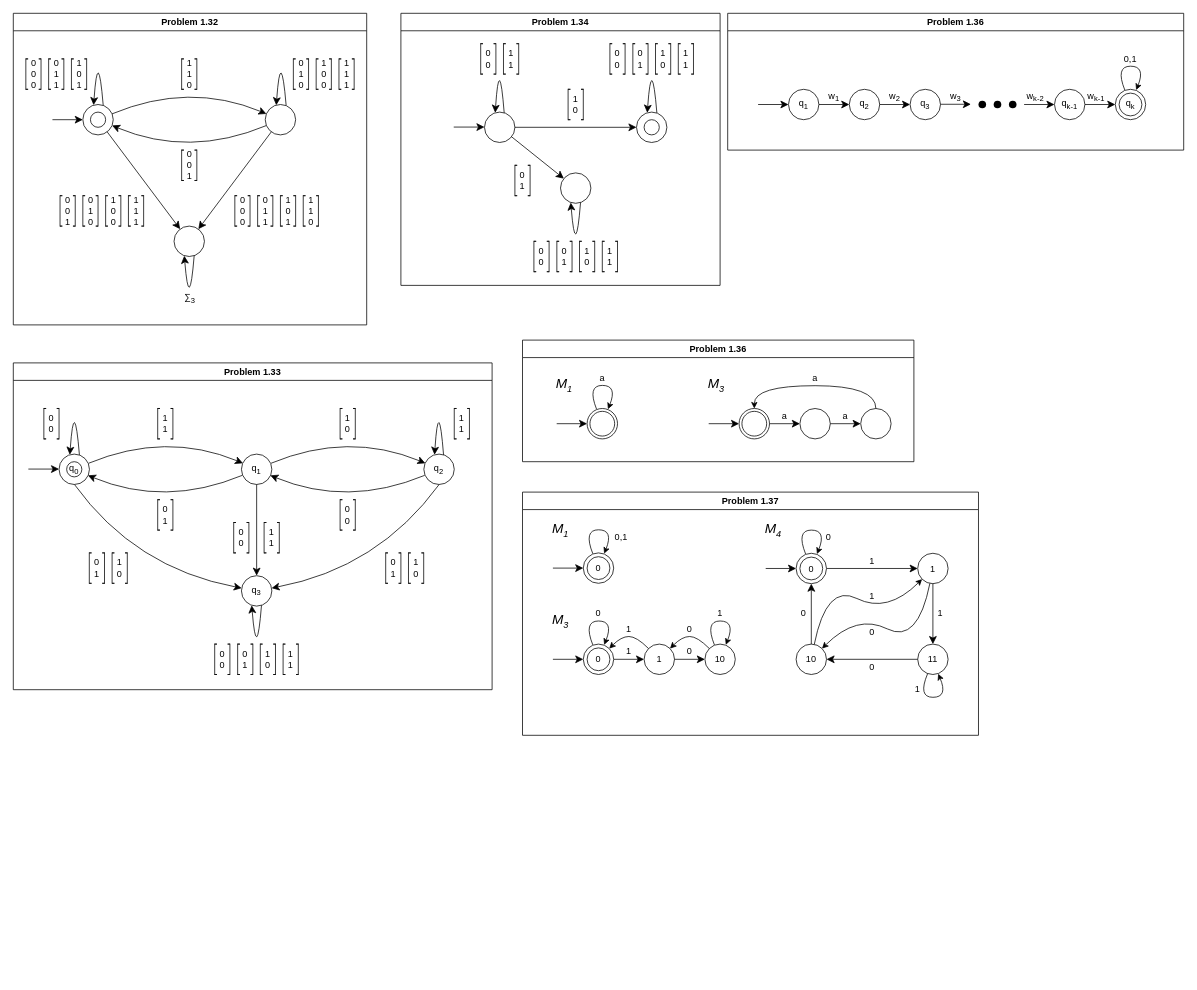
Earlier version of the draw.io diagram page "P1.xx" (2 of 8) of Introduction.to.the.Theory.of.Computation.3e/Figures/Firgures.drawio (mehshan/tcs). Source tidied: cells renumbered, new cells numbered last; positions are measured from the earlier drawing's top-left corner, leaving out a move shared by most shapes. Both pictures are drawn from the tidied source at 76%, with x=0, y=0 at pixel (13, 13).
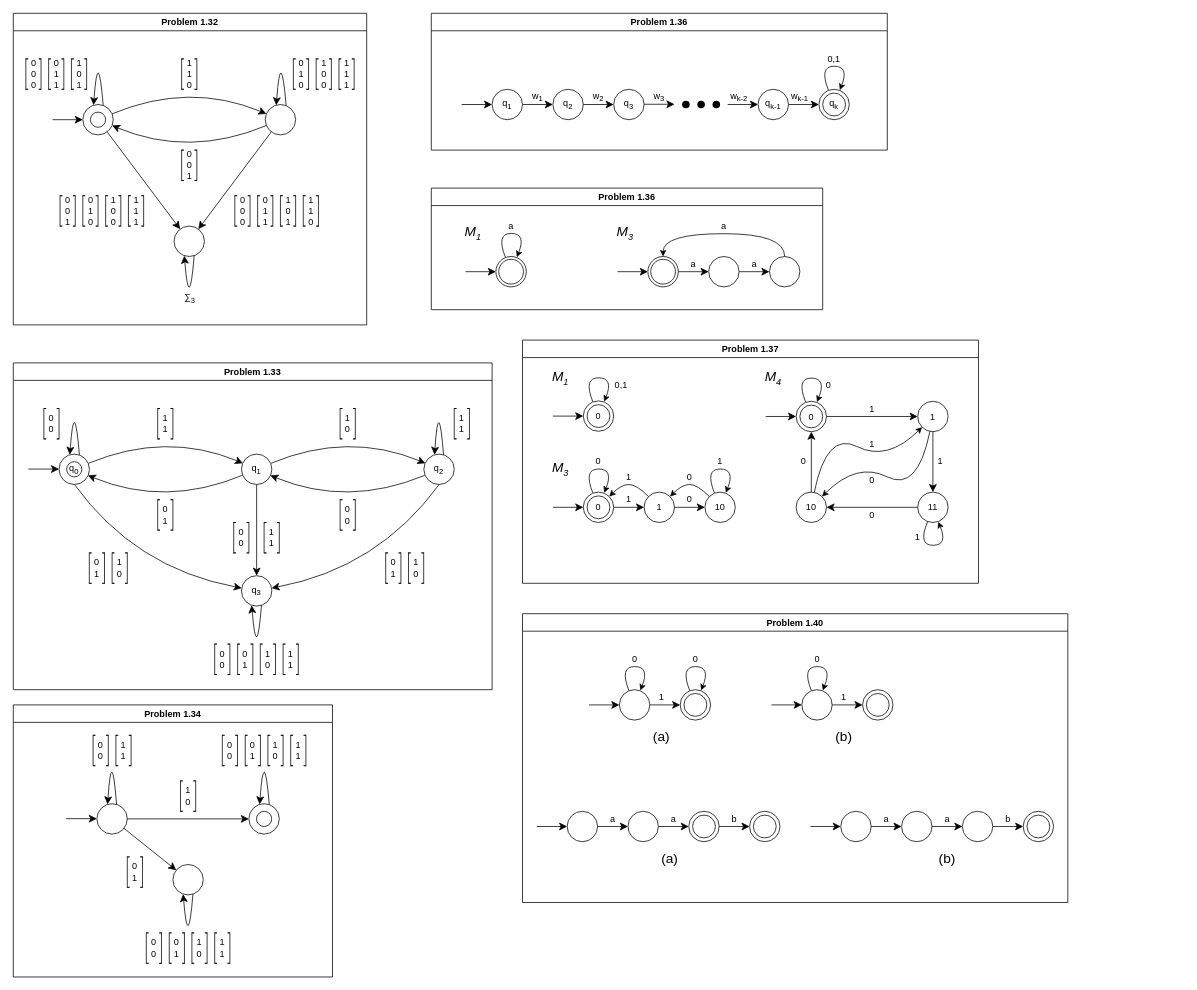
After the change.

The edit, as a diff of the source:
```diff
@@
     <mxCell id="229" value="Problem 1.34" style="swimlane;" parent="1" vertex="1">
-      <mxGeometry x="510" width="420" height="358" as="geometry" />
+      <mxGeometry y="910" width="420" height="358" as="geometry" />
     </mxCell>
@@
     <mxCell id="318" value="Problem 1.36" style="swimlane;" parent="1" vertex="1">
-      <mxGeometry x="670" y="430" width="515" height="160" as="geometry" />
+      <mxGeometry x="550" y="230" width="515" height="160" as="geometry" />
     </mxCell>
@@
     <mxCell id="335" value="Problem 1.37" style="swimlane;" parent="1" vertex="1">
-      <mxGeometry x="670" y="630" width="600" height="320" as="geometry" />
+      <mxGeometry x="670" y="430" width="600" height="320" as="geometry" />
     </mxCell>
@@
     <mxCell id="385" value="Problem 1.36" style="swimlane;" parent="1" vertex="1">
-      <mxGeometry x="940" width="600" height="180" as="geometry" />
+      <mxGeometry x="550" width="600" height="180" as="geometry" />
     </mxCell>
@@
+    <mxCell id="409" value="Problem 1.40" style="swimlane;" parent="1" vertex="1">
+      <mxGeometry x="670" y="790" width="717.5" height="380" as="geometry" />
+    </mxCell>
+    <mxCell id="410" style="group;" parent="409" vertex="1">
+      <mxGeometry x="207.5" y="100" width="40" height="40" as="geometry" />
+    </mxCell>
+    <mxCell id="411" style="ellipse;whiteSpace=wrap;html=1;" parent="410" vertex="1">
+      <mxGeometry width="40" height="40" as="geometry" />
+    </mxCell>
+    <mxCell id="412" style="ellipse;whiteSpace=wrap;html=1;" parent="410" vertex="1">
+      <mxGeometry x="5" y="5" width="30" height="30" as="geometry" />
+    </mxCell>
+    <mxCell id="413" style="endArrow=classic;html=1;rounded=0;strokeWidth=1;endSize=8;" parent="409" edge="1" target="411">
+      <mxGeometry relative="1" as="geometry">
+        <mxPoint x="167.5" y="120" as="sourcePoint" />
+      </mxGeometry>
+    </mxCell>
+    <mxCell id="414" value="1" style="text;html=1;align=center;verticalAlign=middle;whiteSpace=wrap;rounded=0;" parent="409" vertex="1">
+      <mxGeometry x="167.5" y="100" width="30" height="20" as="geometry" />
+    </mxCell>
+    <mxCell id="415" style="curved=1;endArrow=classic;html=1;rounded=0;" parent="409" edge="1">
+      <mxGeometry relative="1" as="geometry">
+        <mxPoint x="220" y="101" as="sourcePoint" />
+        <mxPoint x="235" y="101" as="targetPoint" />
+        <Array as="points">
+          <mxPoint x="207.5" y="69.6" />
+          <mxPoint x="247.5" y="69.6" />
+        </Array>
+      </mxGeometry>
+    </mxCell>
+    <mxCell id="416" value="0" style="text;html=1;align=center;verticalAlign=middle;whiteSpace=wrap;rounded=0;" parent="409" vertex="1">
+      <mxGeometry x="217.5" y="50" width="20" height="20" as="geometry" />
+    </mxCell>
+    <mxCell id="417" style="ellipse;whiteSpace=wrap;html=1;" parent="409" vertex="1">
+      <mxGeometry x="127.5" y="100" width="40" height="40" as="geometry" />
+    </mxCell>
+    <mxCell id="418" style="endArrow=classic;html=1;rounded=0;strokeWidth=1;endSize=8;" parent="409" edge="1">
+      <mxGeometry relative="1" as="geometry">
+        <mxPoint x="87.5" y="120" as="sourcePoint" />
+        <mxPoint x="127.5" y="120" as="targetPoint" />
+      </mxGeometry>
+    </mxCell>
+    <mxCell id="419" style="curved=1;endArrow=classic;html=1;rounded=0;" parent="409" edge="1">
+      <mxGeometry relative="1" as="geometry">
+        <mxPoint x="140" y="101" as="sourcePoint" />
+        <mxPoint x="155" y="101" as="targetPoint" />
+        <Array as="points">
+          <mxPoint x="127.5" y="69.6" />
+          <mxPoint x="167.5" y="69.6" />
+        </Array>
+      </mxGeometry>
+    </mxCell>
+    <mxCell id="420" value="0" style="text;html=1;align=center;verticalAlign=middle;whiteSpace=wrap;rounded=0;" parent="409" vertex="1">
+      <mxGeometry x="137.5" y="50" width="20" height="20" as="geometry" />
+    </mxCell>
+    <mxCell id="421" style="group;" parent="409" vertex="1">
+      <mxGeometry x="447.5" y="100" width="40" height="40" as="geometry" />
+    </mxCell>
+    <mxCell id="422" style="ellipse;whiteSpace=wrap;html=1;" parent="421" vertex="1">
+      <mxGeometry width="40" height="40" as="geometry" />
+    </mxCell>
+    <mxCell id="423" style="ellipse;whiteSpace=wrap;html=1;" parent="421" vertex="1">
+      <mxGeometry x="5" y="5" width="30" height="30" as="geometry" />
+    </mxCell>
+    <mxCell id="424" style="endArrow=classic;html=1;rounded=0;strokeWidth=1;endSize=8;" parent="409" edge="1" target="422">
+      <mxGeometry relative="1" as="geometry">
+        <mxPoint x="407.5" y="120" as="sourcePoint" />
+      </mxGeometry>
+    </mxCell>
+    <mxCell id="425" value="1" style="text;html=1;align=center;verticalAlign=middle;whiteSpace=wrap;rounded=0;" parent="409" vertex="1">
+      <mxGeometry x="407.5" y="100" width="30" height="20" as="geometry" />
+    </mxCell>
+    <mxCell id="426" style="ellipse;whiteSpace=wrap;html=1;" parent="409" vertex="1">
+      <mxGeometry x="367.5" y="100" width="40" height="40" as="geometry" />
+    </mxCell>
+    <mxCell id="427" style="endArrow=classic;html=1;rounded=0;strokeWidth=1;endSize=8;" parent="409" edge="1">
+      <mxGeometry relative="1" as="geometry">
+        <mxPoint x="327.5" y="120" as="sourcePoint" />
+        <mxPoint x="367.5" y="120" as="targetPoint" />
+      </mxGeometry>
+    </mxCell>
+    <mxCell id="428" style="curved=1;endArrow=classic;html=1;rounded=0;" parent="409" edge="1">
+      <mxGeometry relative="1" as="geometry">
+        <mxPoint x="380" y="101" as="sourcePoint" />
+        <mxPoint x="395" y="101" as="targetPoint" />
+        <Array as="points">
+          <mxPoint x="367.5" y="69.6" />
+          <mxPoint x="407.5" y="69.6" />
+        </Array>
+      </mxGeometry>
+    </mxCell>
+    <mxCell id="429" value="0" style="text;html=1;align=center;verticalAlign=middle;whiteSpace=wrap;rounded=0;" parent="409" vertex="1">
+      <mxGeometry x="377.5" y="50" width="20" height="20" as="geometry" />
+    </mxCell>
+    <mxCell id="430" value="&lt;span style=&quot;font-style: normal;&quot;&gt;&lt;font style=&quot;font-size: 18px;&quot;&gt;(a)&lt;/font&gt;&lt;/span&gt;" style="text;align=center;verticalAlign=middle;whiteSpace=wrap;rounded=0;fontSize=24;textShadow=0;html=1;fontStyle=2;" parent="409" vertex="1">
+      <mxGeometry x="172.5" y="150" width="20" height="20" as="geometry" />
+    </mxCell>
+    <mxCell id="431" value="&lt;span style=&quot;font-style: normal;&quot;&gt;&lt;font style=&quot;font-size: 18px;&quot;&gt;(b)&lt;/font&gt;&lt;/span&gt;" style="text;align=center;verticalAlign=middle;whiteSpace=wrap;rounded=0;fontSize=24;textShadow=0;html=1;fontStyle=2;" parent="409" vertex="1">
+      <mxGeometry x="412.5" y="150" width="20" height="20" as="geometry" />
+    </mxCell>
+    <mxCell id="432" style="group;" parent="409" vertex="1">
+      <mxGeometry x="218.8" y="260" width="40" height="40" as="geometry" />
+    </mxCell>
+    <mxCell id="433" style="ellipse;whiteSpace=wrap;html=1;" parent="432" vertex="1">
+      <mxGeometry width="40" height="40" as="geometry" />
+    </mxCell>
+    <mxCell id="434" style="ellipse;whiteSpace=wrap;html=1;" parent="432" vertex="1">
+      <mxGeometry x="5" y="5" width="30" height="30" as="geometry" />
+    </mxCell>
+    <mxCell id="435" style="endArrow=classic;html=1;rounded=0;strokeWidth=1;endSize=8;" parent="409" edge="1" source="442" target="433">
+      <mxGeometry relative="1" as="geometry" />
+    </mxCell>
+    <mxCell id="436" value="a" style="text;html=1;align=center;verticalAlign=middle;whiteSpace=wrap;rounded=0;" parent="409" vertex="1">
+      <mxGeometry x="188.8" y="260" width="20" height="20" as="geometry" />
+    </mxCell>
+    <mxCell id="437" style="ellipse;whiteSpace=wrap;html=1;" parent="409" vertex="1">
+      <mxGeometry x="58.8" y="260" width="40" height="40" as="geometry" />
+    </mxCell>
+    <mxCell id="438" style="endArrow=classic;html=1;rounded=0;strokeWidth=1;endSize=8;" parent="409" edge="1">
+      <mxGeometry relative="1" as="geometry">
+        <mxPoint x="18.8" y="280" as="sourcePoint" />
+        <mxPoint x="58.8" y="280" as="targetPoint" />
+      </mxGeometry>
+    </mxCell>
+    <mxCell id="439" style="group;" parent="409" vertex="1">
+      <mxGeometry x="298.8" y="260" width="40" height="40" as="geometry" />
+    </mxCell>
+    <mxCell id="440" style="ellipse;whiteSpace=wrap;html=1;" parent="439" vertex="1">
+      <mxGeometry width="40" height="40" as="geometry" />
+    </mxCell>
+    <mxCell id="441" style="ellipse;whiteSpace=wrap;html=1;" parent="439" vertex="1">
+      <mxGeometry x="5" y="5" width="30" height="30" as="geometry" />
+    </mxCell>
+    <mxCell id="442" style="ellipse;whiteSpace=wrap;html=1;" parent="409" vertex="1">
+      <mxGeometry x="138.8" y="260" width="40" height="40" as="geometry" />
+    </mxCell>
+    <mxCell id="443" style="endArrow=classic;html=1;rounded=0;strokeWidth=1;endSize=8;" parent="409" edge="1" source="433" target="440">
+      <mxGeometry relative="1" as="geometry" />
+    </mxCell>
+    <mxCell id="444" value="a" style="text;html=1;align=center;verticalAlign=middle;whiteSpace=wrap;rounded=0;" parent="409" vertex="1">
+      <mxGeometry x="108.8" y="260" width="20" height="20" as="geometry" />
+    </mxCell>
+    <mxCell id="445" value="b" style="text;html=1;align=center;verticalAlign=middle;whiteSpace=wrap;rounded=0;" parent="409" vertex="1">
+      <mxGeometry x="268.8" y="260" width="20" height="20" as="geometry" />
+    </mxCell>
+    <mxCell id="446" style="endArrow=classic;html=1;rounded=0;strokeWidth=1;endSize=8;" parent="409" edge="1" source="437" target="442">
+      <mxGeometry relative="1" as="geometry" />
+    </mxCell>
+    <mxCell id="447" style="endArrow=classic;html=1;rounded=0;strokeWidth=1;endSize=8;" parent="409" edge="1" source="454">
+      <mxGeometry relative="1" as="geometry">
+        <mxPoint x="578.8" y="280" as="targetPoint" />
+      </mxGeometry>
+    </mxCell>
+    <mxCell id="448" value="a" style="text;html=1;align=center;verticalAlign=middle;whiteSpace=wrap;rounded=0;" parent="409" vertex="1">
+      <mxGeometry x="548.8" y="260" width="20" height="20" as="geometry" />
+    </mxCell>
+    <mxCell id="449" style="ellipse;whiteSpace=wrap;html=1;" parent="409" vertex="1">
+      <mxGeometry x="418.8" y="260" width="40" height="40" as="geometry" />
+    </mxCell>
+    <mxCell id="450" style="endArrow=classic;html=1;rounded=0;strokeWidth=1;endSize=8;" parent="409" edge="1">
+      <mxGeometry relative="1" as="geometry">
+        <mxPoint x="378.8" y="280" as="sourcePoint" />
+        <mxPoint x="418.8" y="280" as="targetPoint" />
+      </mxGeometry>
+    </mxCell>
+    <mxCell id="451" style="group;" parent="409" vertex="1">
+      <mxGeometry x="658.8" y="260" width="40" height="40" as="geometry" />
+    </mxCell>
+    <mxCell id="452" style="ellipse;whiteSpace=wrap;html=1;" parent="451" vertex="1">
+      <mxGeometry width="40" height="40" as="geometry" />
+    </mxCell>
+    <mxCell id="453" style="ellipse;whiteSpace=wrap;html=1;" parent="451" vertex="1">
+      <mxGeometry x="5" y="5" width="30" height="30" as="geometry" />
+    </mxCell>
+    <mxCell id="454" style="ellipse;whiteSpace=wrap;html=1;" parent="409" vertex="1">
+      <mxGeometry x="498.8" y="260" width="40" height="40" as="geometry" />
+    </mxCell>
+    <mxCell id="455" style="endArrow=classic;html=1;rounded=0;strokeWidth=1;endSize=8;" parent="409" edge="1" target="452">
+      <mxGeometry relative="1" as="geometry">
+        <mxPoint x="618.8" y="280" as="sourcePoint" />
+      </mxGeometry>
+    </mxCell>
+    <mxCell id="456" value="a" style="text;html=1;align=center;verticalAlign=middle;whiteSpace=wrap;rounded=0;" parent="409" vertex="1">
+      <mxGeometry x="468.8" y="260" width="20" height="20" as="geometry" />
+    </mxCell>
+    <mxCell id="457" value="b" style="text;html=1;align=center;verticalAlign=middle;whiteSpace=wrap;rounded=0;" parent="409" vertex="1">
+      <mxGeometry x="628.8" y="260" width="20" height="20" as="geometry" />
+    </mxCell>
+    <mxCell id="458" style="endArrow=classic;html=1;rounded=0;strokeWidth=1;endSize=8;" parent="409" edge="1" source="449" target="454">
+      <mxGeometry relative="1" as="geometry" />
+    </mxCell>
+    <mxCell id="459" style="ellipse;whiteSpace=wrap;html=1;" parent="409" vertex="1">
+      <mxGeometry x="578.8" y="260" width="40" height="40" as="geometry" />
+    </mxCell>
+    <mxCell id="460" value="&lt;span style=&quot;font-style: normal;&quot;&gt;&lt;font style=&quot;font-size: 18px;&quot;&gt;(a)&lt;/font&gt;&lt;/span&gt;" style="text;align=center;verticalAlign=middle;whiteSpace=wrap;rounded=0;fontSize=24;textShadow=0;html=1;fontStyle=2;" parent="409" vertex="1">
+      <mxGeometry x="183.8" y="310" width="20" height="20" as="geometry" />
+    </mxCell>
+    <mxCell id="461" value="&lt;span style=&quot;font-style: normal;&quot;&gt;&lt;font style=&quot;font-size: 18px;&quot;&gt;(b)&lt;/font&gt;&lt;/span&gt;" style="text;align=center;verticalAlign=middle;whiteSpace=wrap;rounded=0;fontSize=24;textShadow=0;html=1;fontStyle=2;" parent="409" vertex="1">
+      <mxGeometry x="548.8" y="310" width="20" height="20" as="geometry" />
+    </mxCell>
```
